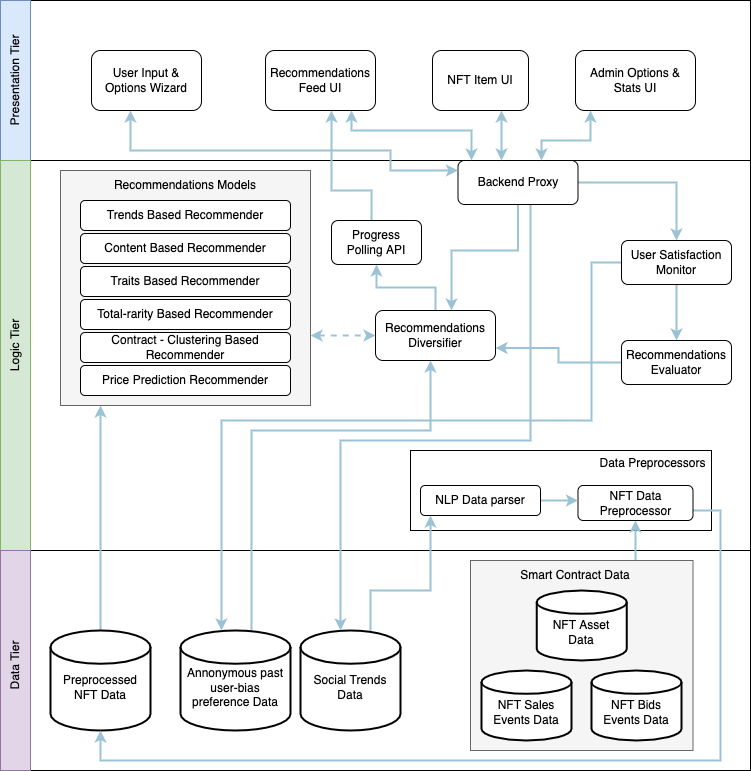
Above: PSPD/PSPD/images/Design/tired-architecture-diagram.png in dinuka-rp/nerdy-panda (draw.io), before the change. Source tidied: cells renumbered, new cells last; positions are measured from the earlier drawing's top-left corner, leaving out a move shared by most shapes.
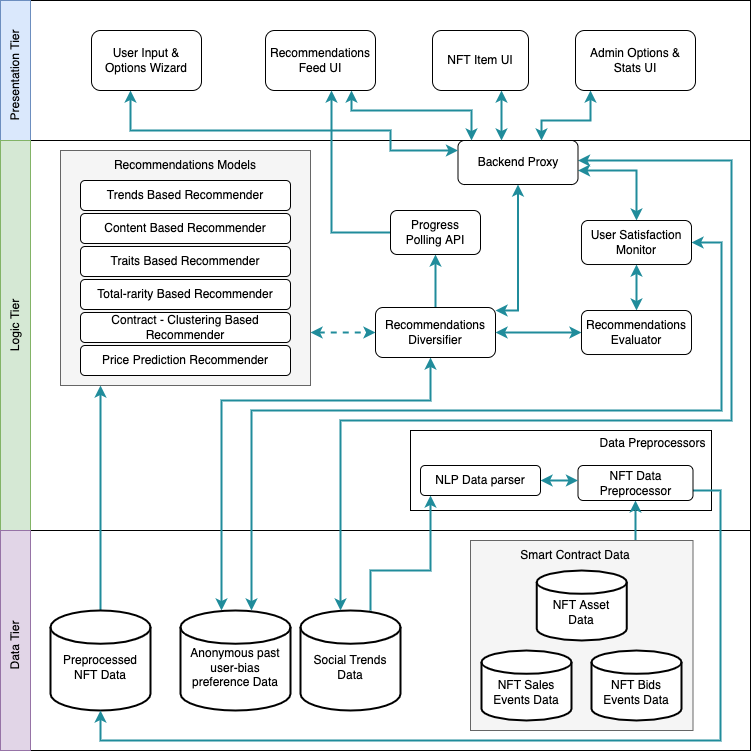
The same diagram one commit later.

Change to the diagram source:
```diff
@@ -3,7 +3,7 @@
     <mxCell id="0" />
     <mxCell id="1" parent="0" />
     <mxCell id="2" style="rounded=0;whiteSpace=wrap;html=1;" parent="1" vertex="1">
-      <mxGeometry x="35" width="750" height="160" as="geometry" />
+      <mxGeometry x="35" y="20" width="750" height="140" as="geometry" />
     </mxCell>
     <mxCell id="3" style="rounded=0;whiteSpace=wrap;html=1;" parent="1" vertex="1">
       <mxGeometry x="35" y="160" width="750" height="390" as="geometry" />
@@ -14,7 +14,7 @@
     <mxCell id="5" style="rounded=0;whiteSpace=wrap;html=1;glass=0;fillColor=none;" parent="1" vertex="1">
       <mxGeometry x="445" y="450" width="301" height="80" as="geometry" />
     </mxCell>
-    <mxCell id="6" style="edgeStyle=orthogonalEdgeStyle;rounded=0;jettySize=auto;html=1;startArrow=none;startFill=0;endArrow=classic;endFill=1;strokeColor=#9CC3D5;strokeWidth=2;" parent="1" edge="1" source="7" target="49">
+    <mxCell id="6" style="edgeStyle=orthogonalEdgeStyle;rounded=0;jettySize=auto;html=1;startArrow=none;startFill=0;endArrow=classic;endFill=1;strokeColor=#208C9B;strokeWidth=2;" parent="1" edge="1" source="7" target="49">
       <mxGeometry relative="1" as="geometry">
         <Array as="points">
           <mxPoint x="135" y="450" />
@@ -25,7 +25,7 @@
     <mxCell id="7" value="&lt;br&gt;Preprocessed NFT Data" style="strokeWidth=2;html=1;shape=mxgraph.flowchart.database;whiteSpace=wrap;" parent="1" vertex="1">
       <mxGeometry x="85" y="630" width="100" height="100" as="geometry" />
     </mxCell>
-    <mxCell id="8" style="edgeStyle=orthogonalEdgeStyle;rounded=0;jettySize=auto;html=1;strokeColor=#9CC3D5;startArrow=none;startFill=0;endFill=1;strokeWidth=2;" parent="1" edge="1" source="41" target="10">
+    <mxCell id="8" style="edgeStyle=orthogonalEdgeStyle;rounded=0;jettySize=auto;html=1;strokeColor=#208C9B;startArrow=none;startFill=0;endFill=1;strokeWidth=2;" parent="1" edge="1" source="41" target="10">
       <mxGeometry relative="1" as="geometry">
         <Array as="points">
           <mxPoint x="670" y="550" />
@@ -33,7 +33,7 @@
         </Array>
       </mxGeometry>
     </mxCell>
-    <mxCell id="9" style="edgeStyle=orthogonalEdgeStyle;rounded=0;jettySize=auto;html=1;strokeColor=#9CC3D5;startArrow=none;startFill=0;endFill=1;strokeWidth=2;" parent="1" edge="1" source="10" target="7">
+    <mxCell id="9" style="edgeStyle=orthogonalEdgeStyle;rounded=0;jettySize=auto;html=1;strokeColor=#208C9B;startArrow=none;startFill=0;endFill=1;strokeWidth=2;" parent="1" edge="1" source="10" target="7">
       <mxGeometry relative="1" as="geometry">
         <Array as="points">
           <mxPoint x="755" y="510" />
@@ -45,7 +45,7 @@
     <mxCell id="10" value="NFT Data Preprocessor" style="rounded=1;whiteSpace=wrap;html=1;fillColor=none;glass=0;" parent="1" vertex="1">
       <mxGeometry x="612.5" y="485" width="115" height="35" as="geometry" />
     </mxCell>
-    <mxCell id="11" style="edgeStyle=orthogonalEdgeStyle;rounded=0;jettySize=auto;html=1;strokeColor=#9CC3D5;startArrow=none;startFill=0;endFill=1;strokeWidth=2;" parent="1" edge="1" source="12" target="16">
+    <mxCell id="11" style="edgeStyle=orthogonalEdgeStyle;rounded=0;jettySize=auto;html=1;strokeColor=#208C9B;startArrow=none;startFill=0;endFill=1;strokeWidth=2;" parent="1" edge="1" source="12" target="16">
       <mxGeometry relative="1" as="geometry">
         <Array as="points">
           <mxPoint x="405" y="590" />
@@ -56,18 +56,18 @@
     <mxCell id="12" value="&lt;br&gt;Social Trends Data" style="strokeWidth=2;html=1;shape=mxgraph.flowchart.database;whiteSpace=wrap;" parent="1" vertex="1">
       <mxGeometry x="335" y="630" width="100" height="100" as="geometry" />
     </mxCell>
-    <mxCell id="13" style="edgeStyle=orthogonalEdgeStyle;rounded=0;jettySize=auto;html=1;startArrow=none;startFill=0;endArrow=classic;endFill=1;strokeColor=#9CC3D5;strokeWidth=2;" parent="1" edge="1" source="14" target="19">
+    <mxCell id="13" style="edgeStyle=orthogonalEdgeStyle;rounded=0;jettySize=auto;html=1;startArrow=classic;startFill=1;endArrow=classic;endFill=1;strokeColor=#208C9B;strokeWidth=2;" parent="1" edge="1" source="14" target="19">
       <mxGeometry relative="1" as="geometry">
         <Array as="points">
-          <mxPoint x="286" y="430" />
-          <mxPoint x="465" y="430" />
+          <mxPoint x="256" y="420" />
+          <mxPoint x="465" y="420" />
         </Array>
       </mxGeometry>
     </mxCell>
-    <mxCell id="14" value="&lt;br&gt;Annonymous past user-bias preference Data" style="strokeWidth=2;html=1;shape=mxgraph.flowchart.database;whiteSpace=wrap;" parent="1" vertex="1">
+    <mxCell id="14" value="&lt;br&gt;Anonymous past user-bias preference Data" style="strokeWidth=2;html=1;shape=mxgraph.flowchart.database;whiteSpace=wrap;" parent="1" vertex="1">
       <mxGeometry x="215" y="630" width="110" height="100" as="geometry" />
     </mxCell>
-    <mxCell id="15" style="edgeStyle=orthogonalEdgeStyle;rounded=0;jettySize=auto;html=1;strokeColor=#9CC3D5;startArrow=none;startFill=0;endFill=1;strokeWidth=2;" parent="1" edge="1" source="16" target="10">
+    <mxCell id="15" style="edgeStyle=orthogonalEdgeStyle;rounded=0;jettySize=auto;html=1;strokeColor=#208C9B;startArrow=classic;startFill=1;endFill=1;strokeWidth=2;" parent="1" edge="1" source="16" target="10">
       <mxGeometry relative="1" as="geometry">
         <Array as="points">
           <mxPoint x="545" y="494" />
@@ -80,45 +80,48 @@
     <mxCell id="17" value="Data Preprocessors" style="text;html=1;strokeColor=none;fillColor=none;align=center;verticalAlign=middle;whiteSpace=wrap;rounded=0;glass=0;dashed=1;rotation=0;" parent="1" vertex="1">
       <mxGeometry x="630" y="448" width="115" height="30" as="geometry" />
     </mxCell>
-    <mxCell id="18" style="edgeStyle=orthogonalEdgeStyle;rounded=0;jettySize=auto;html=1;entryX=0.5;entryY=1;entryDx=0;entryDy=0;fontColor=#000000;startArrow=none;startFill=0;endArrow=classic;endFill=1;strokeColor=#9CC3D5;strokeWidth=2;" parent="1" edge="1" source="19" target="59">
+    <mxCell id="18" style="edgeStyle=orthogonalEdgeStyle;rounded=0;jettySize=auto;html=1;entryX=0.5;entryY=1;entryDx=0;entryDy=0;fontColor=default;startArrow=none;startFill=0;endArrow=classic;endFill=1;strokeColor=#208C9B;strokeWidth=2;" parent="1" edge="1" source="19" target="59">
       <mxGeometry relative="1" as="geometry" />
     </mxCell>
     <mxCell id="19" value="Recommendations Diversifier" style="rounded=1;whiteSpace=wrap;html=1;glass=0;fillColor=none;" parent="1" vertex="1">
-      <mxGeometry x="410" y="310" width="120" height="50" as="geometry" />
+      <mxGeometry x="410" y="327" width="120" height="50" as="geometry" />
     </mxCell>
-    <mxCell id="20" style="edgeStyle=orthogonalEdgeStyle;rounded=0;jettySize=auto;html=1;strokeColor=#9CC3D5;startArrow=none;startFill=0;endFill=1;strokeWidth=2;" parent="1" edge="1" source="24" target="12">
+    <mxCell id="20" style="edgeStyle=orthogonalEdgeStyle;rounded=0;jettySize=auto;html=1;strokeColor=#208C9B;startArrow=classic;startFill=1;endFill=1;strokeWidth=2;" parent="1" edge="1" source="24" target="12">
       <mxGeometry relative="1" as="geometry">
         <Array as="points">
-          <mxPoint x="565" y="200" />
-          <mxPoint x="565" y="440" />
+          <mxPoint x="766" y="180" />
+          <mxPoint x="766" y="440" />
           <mxPoint x="375" y="440" />
         </Array>
       </mxGeometry>
     </mxCell>
-    <mxCell id="21" style="edgeStyle=orthogonalEdgeStyle;rounded=0;jettySize=auto;html=1;startArrow=none;startFill=0;strokeColor=#9CC3D5;endFill=1;strokeWidth=2;" parent="1" edge="1" source="24" target="19">
+    <mxCell id="21" style="edgeStyle=orthogonalEdgeStyle;rounded=0;jettySize=auto;html=1;startArrow=classic;startFill=1;strokeColor=#208C9B;endFill=1;strokeWidth=2;" parent="1" edge="1" source="24" target="19">
       <mxGeometry relative="1" as="geometry">
         <Array as="points">
-          <mxPoint x="553" y="250" />
-          <mxPoint x="486" y="250" />
+          <mxPoint x="553" y="330" />
         </Array>
       </mxGeometry>
     </mxCell>
-    <mxCell id="22" style="edgeStyle=orthogonalEdgeStyle;rounded=0;jettySize=auto;html=1;startArrow=none;startFill=0;strokeColor=#9CC3D5;endFill=1;strokeWidth=2;" parent="1" edge="1" source="28" target="14">
+    <mxCell id="22" style="edgeStyle=orthogonalEdgeStyle;rounded=0;jettySize=auto;html=1;startArrow=classic;startFill=1;strokeColor=#208C9B;endFill=1;strokeWidth=2;" parent="1" edge="1" source="28" target="14">
       <mxGeometry relative="1" as="geometry">
         <Array as="points">
-          <mxPoint x="626" y="262" />
-          <mxPoint x="626" y="420" />
-          <mxPoint x="256" y="420" />
+          <mxPoint x="756" y="262" />
+          <mxPoint x="756" y="430" />
+          <mxPoint x="286" y="430" />
         </Array>
       </mxGeometry>
     </mxCell>
-    <mxCell id="23" style="edgeStyle=orthogonalEdgeStyle;rounded=0;jettySize=auto;html=1;startArrow=none;startFill=0;endArrow=classic;endFill=1;strokeColor=#9CC3D5;strokeWidth=2;" parent="1" edge="1" source="24" target="28">
-      <mxGeometry relative="1" as="geometry" />
+    <mxCell id="23" style="edgeStyle=orthogonalEdgeStyle;rounded=0;jettySize=auto;html=1;startArrow=classic;startFill=1;endArrow=classic;endFill=1;strokeColor=#208C9B;strokeWidth=2;" parent="1" edge="1" source="24" target="28">
+      <mxGeometry relative="1" as="geometry">
+        <Array as="points">
+          <mxPoint x="671" y="190" />
+        </Array>
+      </mxGeometry>
     </mxCell>
     <mxCell id="24" value="Backend Proxy" style="rounded=1;whiteSpace=wrap;html=1;glass=0;fillColor=none;" parent="1" vertex="1">
       <mxGeometry x="492.5" y="160" width="120" height="44" as="geometry" />
     </mxCell>
-    <mxCell id="25" style="edgeStyle=orthogonalEdgeStyle;rounded=0;jettySize=auto;html=1;startArrow=classic;startFill=1;endArrow=classic;endFill=1;strokeColor=#9CC3D5;strokeWidth=2;" parent="1" edge="1" source="26" target="24">
+    <mxCell id="25" style="edgeStyle=orthogonalEdgeStyle;rounded=0;jettySize=auto;html=1;startArrow=classic;startFill=1;endArrow=classic;endFill=1;strokeColor=#208C9B;strokeWidth=2;" parent="1" edge="1" source="26" target="24">
       <mxGeometry relative="1" as="geometry">
         <Array as="points">
           <mxPoint x="165" y="150" />
@@ -130,21 +133,21 @@
     <mxCell id="26" value="User Input &amp;amp; Options Wizard" style="rounded=1;whiteSpace=wrap;html=1;glass=0;fillColor=none;" parent="1" vertex="1">
       <mxGeometry x="126" y="50" width="110" height="60" as="geometry" />
     </mxCell>
-    <mxCell id="27" style="edgeStyle=orthogonalEdgeStyle;rounded=0;jettySize=auto;html=1;strokeColor=#9CC3D5;startArrow=none;startFill=0;endFill=1;strokeWidth=2;" parent="1" edge="1" source="28" target="61">
+    <mxCell id="27" style="edgeStyle=orthogonalEdgeStyle;rounded=0;jettySize=auto;html=1;strokeColor=#208C9B;startArrow=classic;startFill=1;endFill=1;strokeWidth=2;" parent="1" edge="1" source="28" target="61">
       <mxGeometry relative="1" as="geometry" />
     </mxCell>
     <mxCell id="28" value="User Satisfaction Monitor" style="rounded=1;whiteSpace=wrap;html=1;glass=0;fillColor=none;" parent="1" vertex="1">
-      <mxGeometry x="656" y="240" width="110" height="44" as="geometry" />
+      <mxGeometry x="616" y="240" width="110" height="44" as="geometry" />
     </mxCell>
-    <mxCell id="29" style="edgeStyle=orthogonalEdgeStyle;rounded=0;jettySize=auto;html=1;startArrow=classic;startFill=1;endArrow=classic;endFill=1;entryX=0;entryY=0.5;entryDx=0;entryDy=0;strokeColor=#9CC3D5;strokeWidth=2;dashed=1;" parent="1" edge="1" source="49" target="19">
+    <mxCell id="29" style="edgeStyle=orthogonalEdgeStyle;rounded=0;jettySize=auto;html=1;startArrow=classic;startFill=1;endArrow=classic;endFill=1;entryX=0;entryY=0.5;entryDx=0;entryDy=0;strokeColor=#208C9B;strokeWidth=2;dashed=1;" parent="1" edge="1" source="49" target="19">
       <mxGeometry relative="1" as="geometry">
         <Array as="points">
-          <mxPoint x="365" y="335" />
-          <mxPoint x="365" y="335" />
+          <mxPoint x="396" y="352" />
+          <mxPoint x="396" y="352" />
         </Array>
       </mxGeometry>
     </mxCell>
-    <mxCell id="30" style="edgeStyle=orthogonalEdgeStyle;rounded=0;jettySize=auto;html=1;startArrow=classic;startFill=1;endArrow=classic;endFill=1;strokeColor=#9CC3D5;strokeWidth=2;" parent="1" edge="1" source="31" target="24">
+    <mxCell id="30" style="edgeStyle=orthogonalEdgeStyle;rounded=0;jettySize=auto;html=1;startArrow=classic;startFill=1;endArrow=classic;endFill=1;strokeColor=#208C9B;strokeWidth=2;" parent="1" edge="1" source="31" target="24">
       <mxGeometry relative="1" as="geometry">
         <Array as="points">
           <mxPoint x="625" y="140" />
@@ -155,7 +158,7 @@
     <mxCell id="31" value="Admin Options &amp;amp; Stats UI" style="rounded=1;whiteSpace=wrap;html=1;glass=0;fillColor=none;" parent="1" vertex="1">
       <mxGeometry x="610" y="50" width="120" height="60" as="geometry" />
     </mxCell>
-    <mxCell id="32" style="edgeStyle=orthogonalEdgeStyle;rounded=0;jettySize=auto;html=1;startArrow=classic;startFill=1;endArrow=classic;endFill=1;strokeColor=#9CC3D5;strokeWidth=2;" parent="1" edge="1" source="33" target="24">
+    <mxCell id="32" style="edgeStyle=orthogonalEdgeStyle;rounded=0;jettySize=auto;html=1;startArrow=classic;startFill=1;endArrow=classic;endFill=1;strokeColor=#208C9B;strokeWidth=2;" parent="1" edge="1" source="33" target="24">
       <mxGeometry relative="1" as="geometry">
         <Array as="points">
           <mxPoint x="386" y="130" />
@@ -166,7 +169,7 @@
     <mxCell id="33" value="Recommendations Feed UI" style="rounded=1;whiteSpace=wrap;html=1;glass=0;fillColor=none;" parent="1" vertex="1">
       <mxGeometry x="300" y="50" width="110" height="60" as="geometry" />
     </mxCell>
-    <mxCell id="34" style="edgeStyle=orthogonalEdgeStyle;rounded=0;jettySize=auto;html=1;startArrow=classic;startFill=1;endArrow=classic;endFill=1;strokeColor=#9CC3D5;strokeWidth=2;" parent="1" edge="1" source="35" target="24">
+    <mxCell id="34" style="edgeStyle=orthogonalEdgeStyle;rounded=0;jettySize=auto;html=1;startArrow=classic;startFill=1;endArrow=classic;endFill=1;strokeColor=#208C9B;strokeWidth=2;" parent="1" edge="1" source="35" target="24">
       <mxGeometry relative="1" as="geometry">
         <Array as="points">
           <mxPoint x="536" y="130" />
@@ -196,7 +199,7 @@
       <mxGeometry x="44" width="122" height="30" as="geometry" />
     </mxCell>
     <mxCell id="42" style="rounded=0;whiteSpace=wrap;html=1;glass=0;fillColor=#dae8fc;strokeColor=#6c8ebf;" parent="1" vertex="1">
-      <mxGeometry x="35" width="30" height="160" as="geometry" />
+      <mxGeometry x="35" y="20" width="30" height="140" as="geometry" />
     </mxCell>
     <mxCell id="43" style="rounded=0;whiteSpace=wrap;html=1;glass=0;fillColor=#d5e8d4;strokeColor=#82b366;" parent="1" vertex="1">
       <mxGeometry x="35" y="160" width="30" height="390" as="geometry" />
@@ -208,7 +211,7 @@
       <mxGeometry y="330" width="100" height="30" as="geometry" />
     </mxCell>
     <mxCell id="46" value="Presentation Tier" style="text;html=1;strokeColor=none;fillColor=none;align=center;verticalAlign=middle;whiteSpace=wrap;rounded=0;glass=0;rotation=-90;" parent="1" vertex="1">
-      <mxGeometry y="65" width="100" height="30" as="geometry" />
+      <mxGeometry y="80" width="100" height="30" as="geometry" />
     </mxCell>
     <mxCell id="47" value="Data Tier" style="text;html=1;strokeColor=none;fillColor=none;align=center;verticalAlign=middle;whiteSpace=wrap;rounded=0;glass=0;rotation=-90;" parent="1" vertex="1">
       <mxGeometry y="650" width="100" height="30" as="geometry" />
@@ -243,23 +246,26 @@
     <mxCell id="57" value="Trends Based Recommender" style="rounded=1;whiteSpace=wrap;html=1;glass=0;fillColor=default;" parent="51" vertex="1">
       <mxGeometry width="210" height="30" as="geometry" />
     </mxCell>
-    <mxCell id="58" style="edgeStyle=orthogonalEdgeStyle;rounded=0;jettySize=auto;html=1;fontColor=#000000;startArrow=none;startFill=0;endArrow=classic;endFill=1;strokeColor=#9CC3D5;strokeWidth=2;" parent="1" edge="1" source="59">
+    <mxCell id="58" style="edgeStyle=orthogonalEdgeStyle;rounded=0;jettySize=auto;html=1;fontColor=default;startArrow=none;startFill=0;endArrow=classic;endFill=1;strokeColor=#208C9B;strokeWidth=2;" parent="1" edge="1" source="59">
       <mxGeometry relative="1" as="geometry">
         <mxPoint x="366" y="110" as="targetPoint" />
         <Array as="points">
-          <mxPoint x="406" y="190" />
-          <mxPoint x="366" y="190" />
+          <mxPoint x="366" y="252" />
         </Array>
       </mxGeometry>
     </mxCell>
     <mxCell id="59" value="&lt;font color=&quot;#000000&quot;&gt;Progress&lt;br&gt;Polling API&lt;/font&gt;" style="rounded=1;whiteSpace=wrap;html=1;glass=0;fontColor=#FFFFFF;fillColor=default;" parent="1" vertex="1">
-      <mxGeometry x="366" y="220" width="90" height="44" as="geometry" />
+      <mxGeometry x="425" y="230" width="90" height="44" as="geometry" />
     </mxCell>
-    <mxCell id="60" style="edgeStyle=orthogonalEdgeStyle;rounded=0;jettySize=auto;html=1;entryX=1;entryY=0.75;entryDx=0;entryDy=0;strokeColor=#9CC3D5;startArrow=none;startFill=0;endFill=1;strokeWidth=2;" parent="1" edge="1" source="61" target="19">
-      <mxGeometry relative="1" as="geometry" />
+    <mxCell id="60" style="rounded=0;jettySize=auto;html=1;elbow=vertical;strokeColor=#208C9B;startArrow=classic;startFill=1;endFill=1;strokeWidth=2;" parent="1" edge="1" source="61" target="19">
+      <mxGeometry relative="1" as="geometry">
+        <Array as="points">
+          <mxPoint x="536" y="352" />
+        </Array>
+      </mxGeometry>
     </mxCell>
     <mxCell id="61" value="Recommendations Evaluator" style="rounded=1;whiteSpace=wrap;html=1;glass=0;fillColor=none;" parent="1" vertex="1">
-      <mxGeometry x="656" y="340" width="110" height="44" as="geometry" />
+      <mxGeometry x="616" y="330" width="110" height="44" as="geometry" />
     </mxCell>
   </root>
 </mxGraphModel>
```
